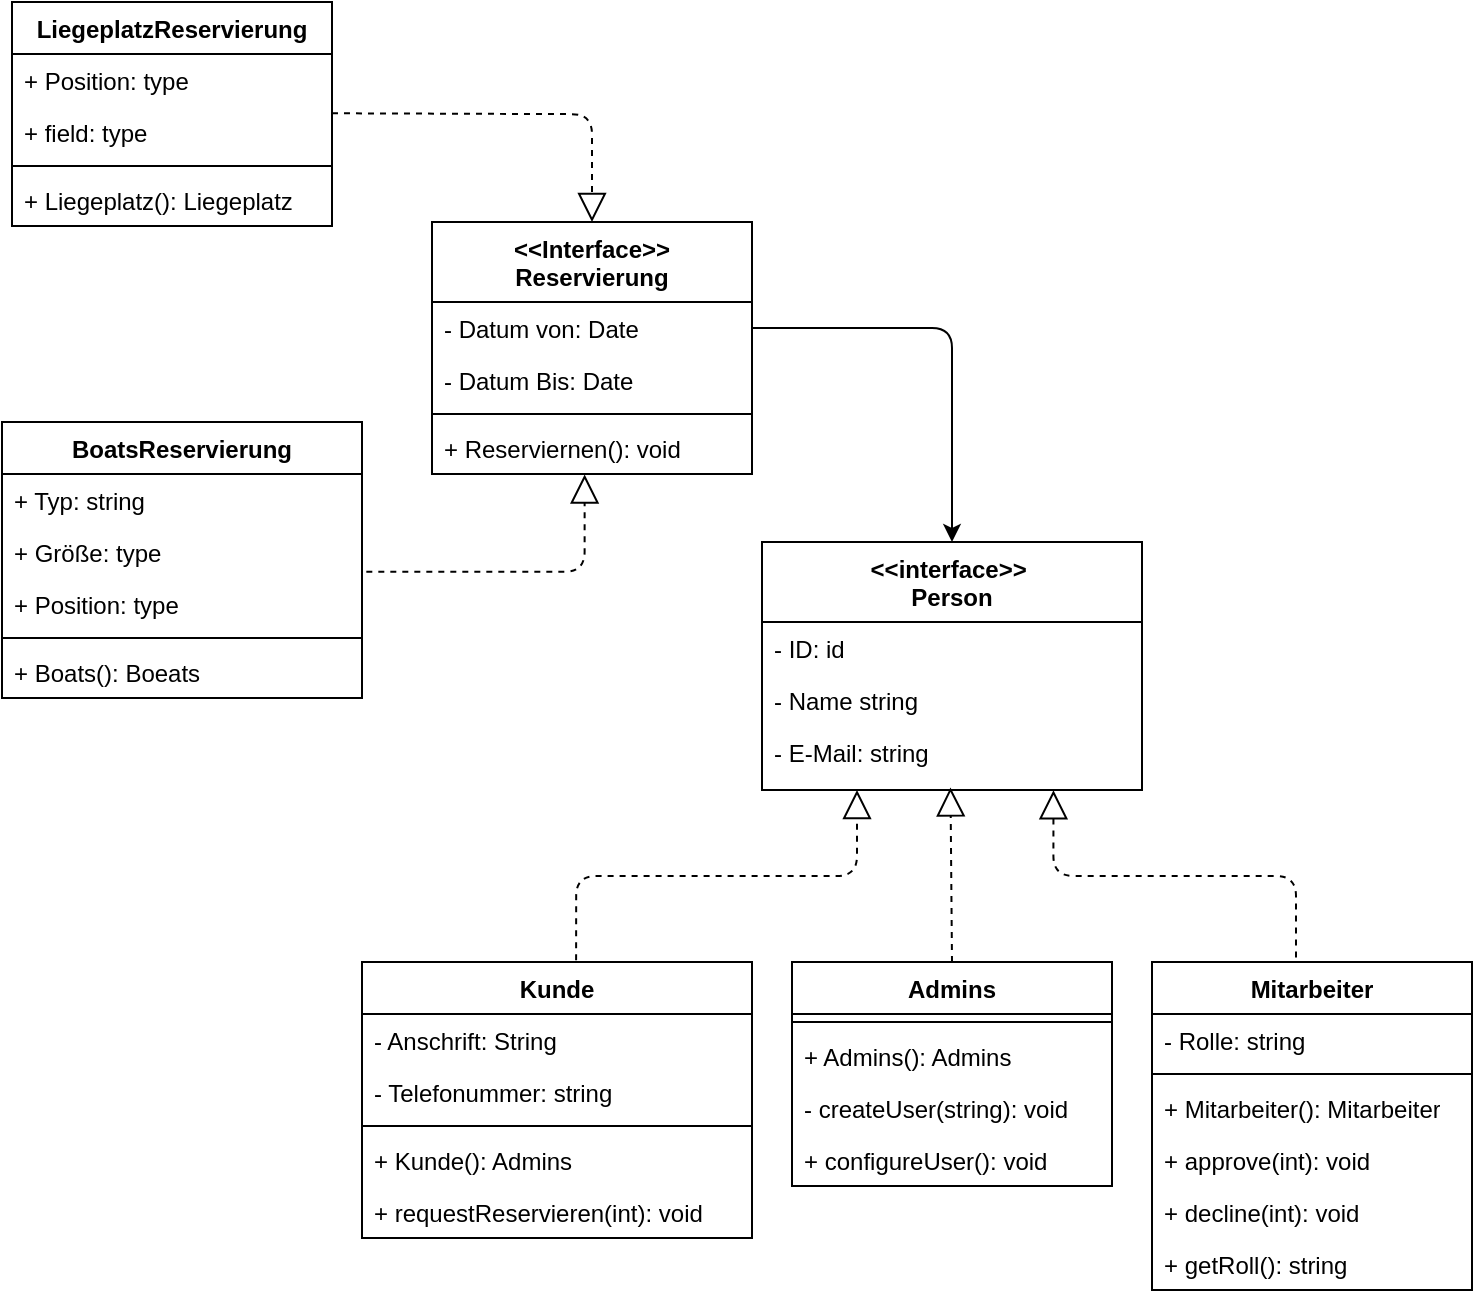
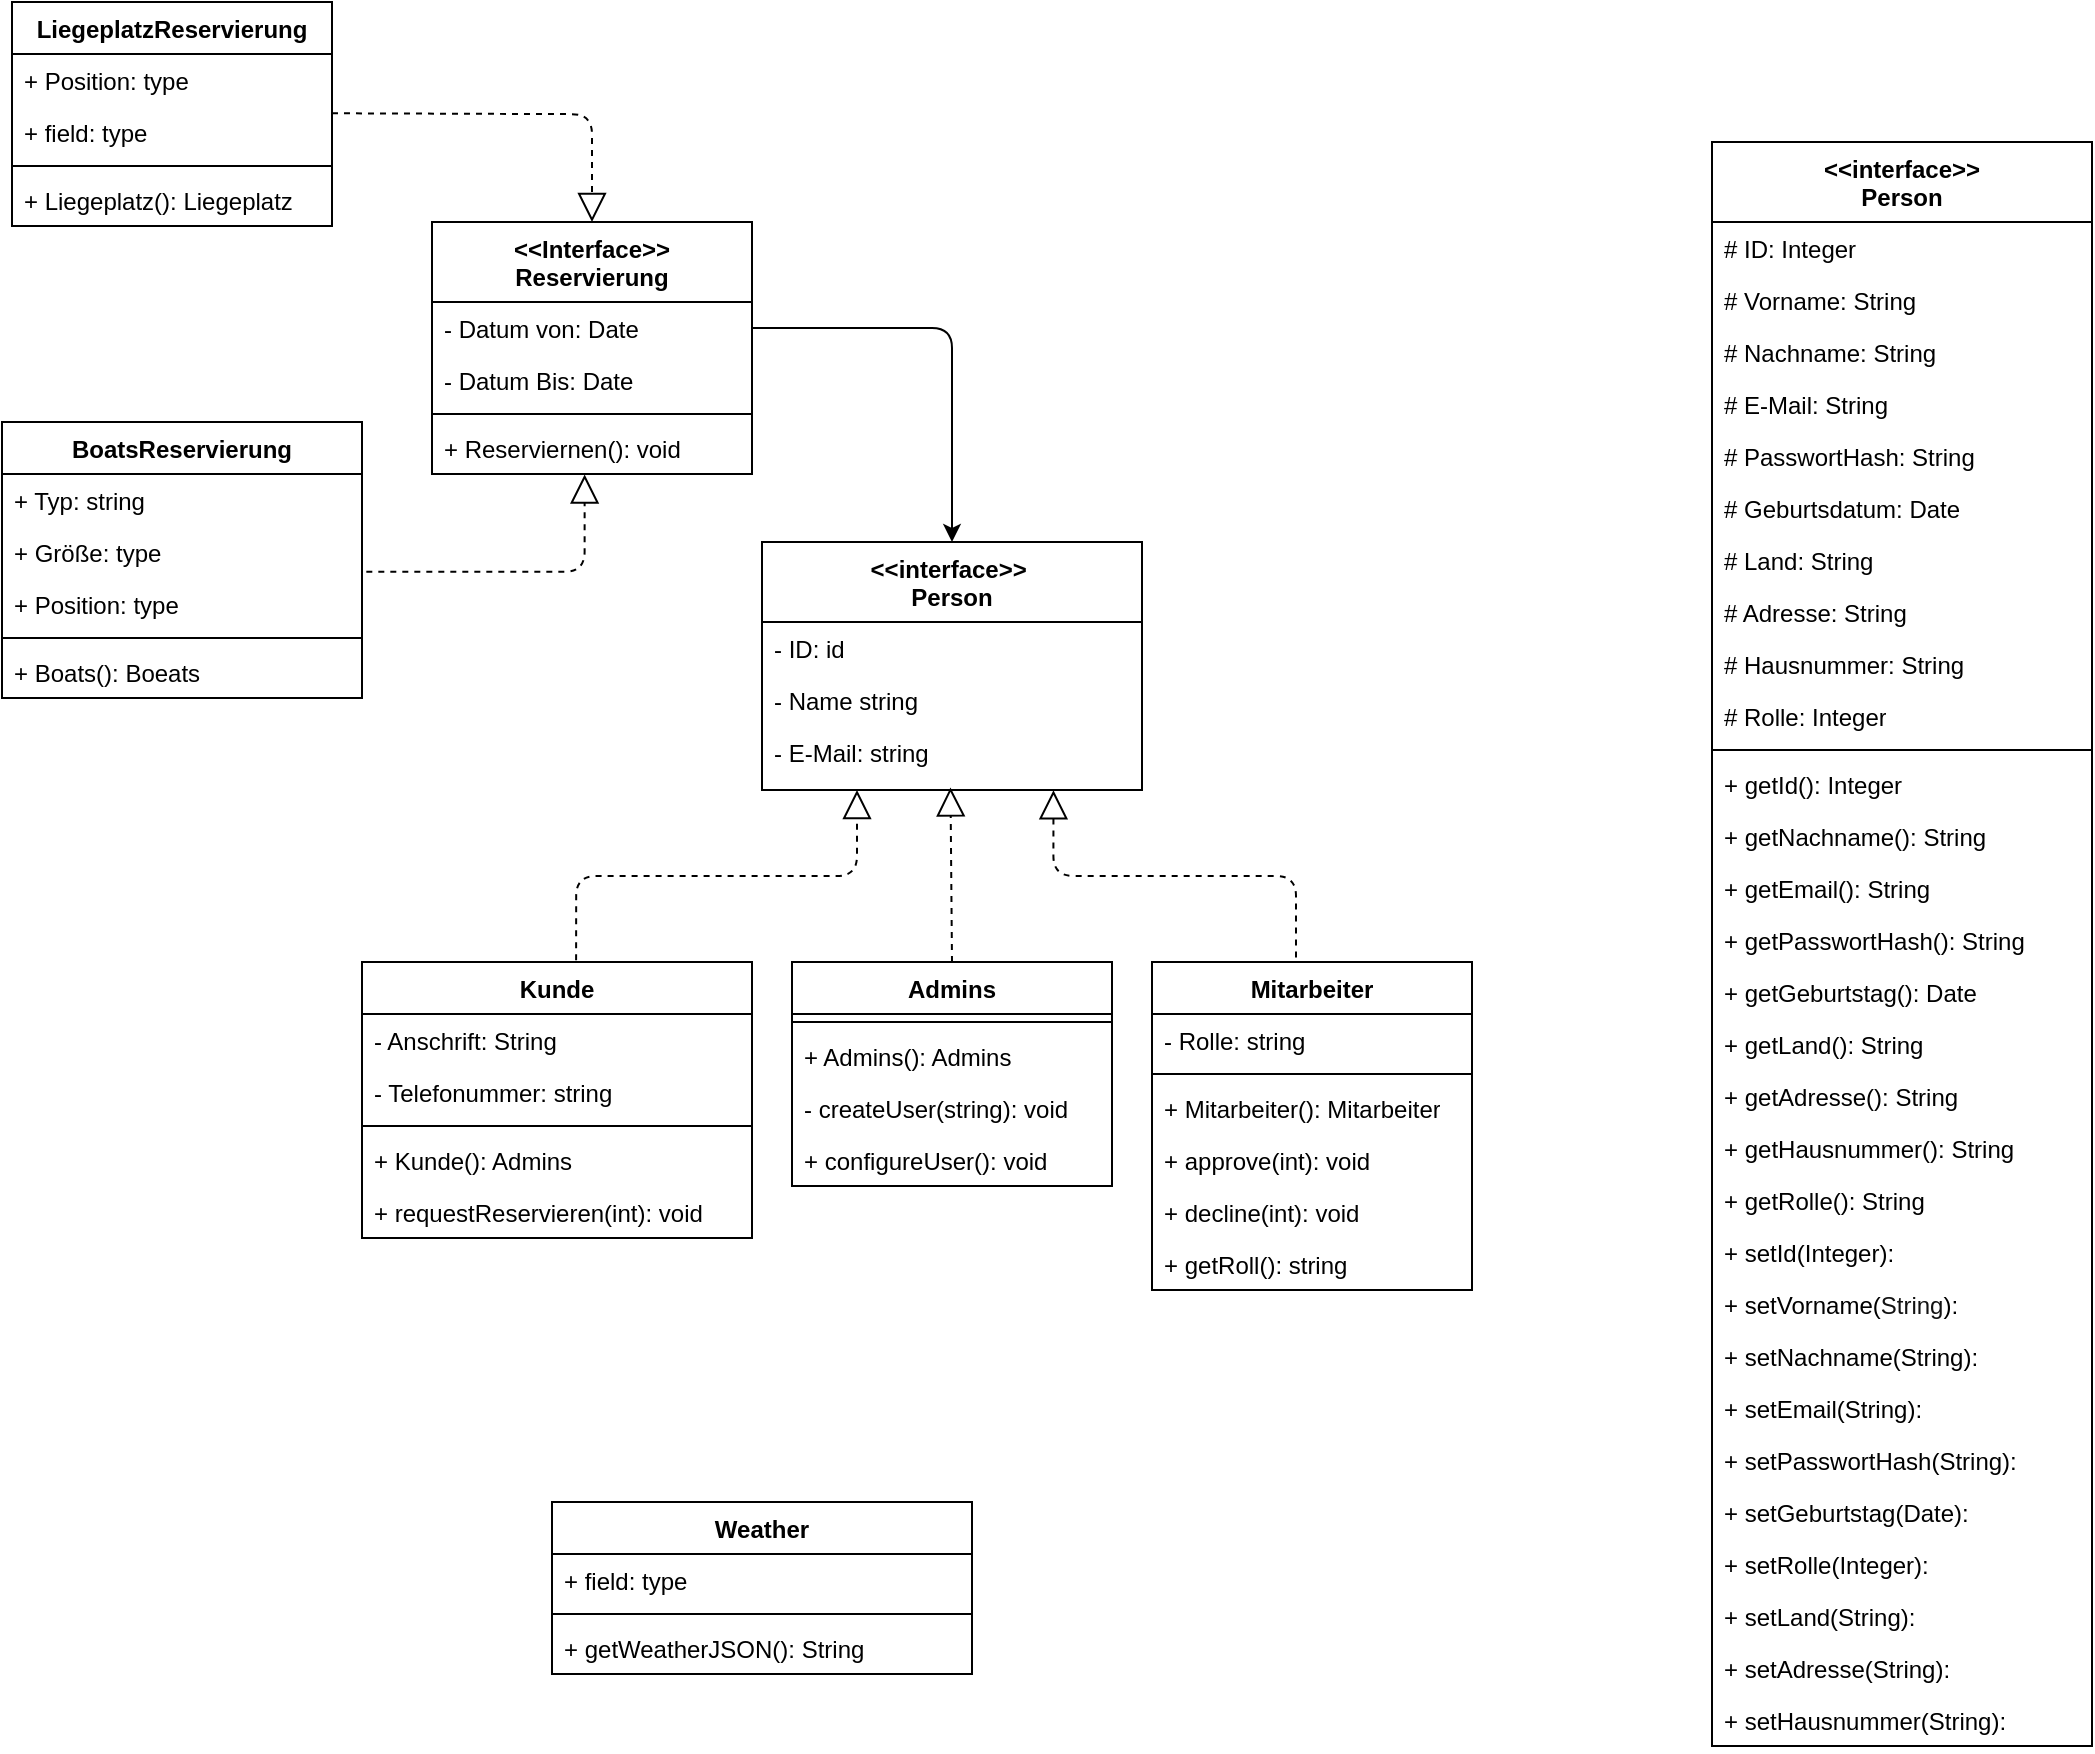
<mxfile host="65bd71144e">
    <diagram name="Page-1" id="9OoCb4LCpa7YlqVUgmHh">
-         <mxGraphModel dx="936" dy="669" grid="1" gridSize="10" guides="1" tooltips="1" connect="1" arrows="1" fold="1" page="1" pageScale="1" pageWidth="850" pageHeight="1100" math="0" shadow="0">
+         <mxGraphModel dx="310" dy="445" grid="1" gridSize="10" guides="1" tooltips="1" connect="1" arrows="1" fold="1" page="1" pageScale="1" pageWidth="850" pageHeight="1100" math="0" shadow="0">
            <root>
                <mxCell id="0"/>
                <mxCell id="1" parent="0"/>
                <mxCell id="7pZR6Eqi53u3HSYLm5XF-1" value="&amp;lt;&amp;lt;interface&amp;gt;&amp;gt;&amp;nbsp;&lt;div&gt;Person&lt;/div&gt;" style="swimlane;fontStyle=1;align=center;verticalAlign=top;childLayout=stackLayout;horizontal=1;startSize=40;horizontalStack=0;resizeParent=1;resizeParentMax=0;resizeLast=0;collapsible=1;marginBottom=0;whiteSpace=wrap;html=1;" parent="1" vertex="1">
                    <mxGeometry x="495" y="340" width="190" height="124" as="geometry">
                        <mxRectangle x="520" y="330" width="110" height="40" as="alternateBounds"/>
                    </mxGeometry>
                </mxCell>
                <mxCell id="7pZR6Eqi53u3HSYLm5XF-2" value="- ID: id" style="text;strokeColor=none;fillColor=none;align=left;verticalAlign=top;spacingLeft=4;spacingRight=4;overflow=hidden;rotatable=0;points=[[0,0.5],[1,0.5]];portConstraint=eastwest;whiteSpace=wrap;html=1;" parent="7pZR6Eqi53u3HSYLm5XF-1" vertex="1">
                    <mxGeometry y="40" width="190" height="26" as="geometry"/>
                </mxCell>
                <mxCell id="7pZR6Eqi53u3HSYLm5XF-37" value="- Name string" style="text;strokeColor=none;fillColor=none;align=left;verticalAlign=top;spacingLeft=4;spacingRight=4;overflow=hidden;rotatable=0;points=[[0,0.5],[1,0.5]];portConstraint=eastwest;whiteSpace=wrap;html=1;" parent="7pZR6Eqi53u3HSYLm5XF-1" vertex="1">
                    <mxGeometry y="66" width="190" height="26" as="geometry"/>
                </mxCell>
                <mxCell id="7pZR6Eqi53u3HSYLm5XF-41" value="- E-Mail: string" style="text;strokeColor=none;fillColor=none;align=left;verticalAlign=top;spacingLeft=4;spacingRight=4;overflow=hidden;rotatable=0;points=[[0,0.5],[1,0.5]];portConstraint=eastwest;whiteSpace=wrap;html=1;" parent="7pZR6Eqi53u3HSYLm5XF-1" vertex="1">
                    <mxGeometry y="92" width="190" height="32" as="geometry"/>
                </mxCell>
                <mxCell id="7pZR6Eqi53u3HSYLm5XF-5" value="Admins" style="swimlane;fontStyle=1;align=center;verticalAlign=top;childLayout=stackLayout;horizontal=1;startSize=26;horizontalStack=0;resizeParent=1;resizeParentMax=0;resizeLast=0;collapsible=1;marginBottom=0;whiteSpace=wrap;html=1;" parent="1" vertex="1">
                    <mxGeometry x="510" y="550" width="160" height="112" as="geometry"/>
                </mxCell>
                <mxCell id="7pZR6Eqi53u3HSYLm5XF-7" value="" style="line;strokeWidth=1;fillColor=none;align=left;verticalAlign=middle;spacingTop=-1;spacingLeft=3;spacingRight=3;rotatable=0;labelPosition=right;points=[];portConstraint=eastwest;strokeColor=inherit;" parent="7pZR6Eqi53u3HSYLm5XF-5" vertex="1">
                    <mxGeometry y="26" width="160" height="8" as="geometry"/>
                </mxCell>
                <mxCell id="7pZR6Eqi53u3HSYLm5XF-45" value="+ Admins(): Admins" style="text;strokeColor=none;fillColor=none;align=left;verticalAlign=top;spacingLeft=4;spacingRight=4;overflow=hidden;rotatable=0;points=[[0,0.5],[1,0.5]];portConstraint=eastwest;whiteSpace=wrap;html=1;" parent="7pZR6Eqi53u3HSYLm5XF-5" vertex="1">
                    <mxGeometry y="34" width="160" height="26" as="geometry"/>
                </mxCell>
                <mxCell id="7pZR6Eqi53u3HSYLm5XF-8" value="- createUser(string): void" style="text;strokeColor=none;fillColor=none;align=left;verticalAlign=top;spacingLeft=4;spacingRight=4;overflow=hidden;rotatable=0;points=[[0,0.5],[1,0.5]];portConstraint=eastwest;whiteSpace=wrap;html=1;" parent="7pZR6Eqi53u3HSYLm5XF-5" vertex="1">
                    <mxGeometry y="60" width="160" height="26" as="geometry"/>
                </mxCell>
                <mxCell id="7pZR6Eqi53u3HSYLm5XF-86" value="+ configureUser(): void" style="text;strokeColor=none;fillColor=none;align=left;verticalAlign=top;spacingLeft=4;spacingRight=4;overflow=hidden;rotatable=0;points=[[0,0.5],[1,0.5]];portConstraint=eastwest;whiteSpace=wrap;html=1;" parent="7pZR6Eqi53u3HSYLm5XF-5" vertex="1">
                    <mxGeometry y="86" width="160" height="26" as="geometry"/>
                </mxCell>
                <mxCell id="7pZR6Eqi53u3HSYLm5XF-9" value="Mitarbeiter" style="swimlane;fontStyle=1;align=center;verticalAlign=top;childLayout=stackLayout;horizontal=1;startSize=26;horizontalStack=0;resizeParent=1;resizeParentMax=0;resizeLast=0;collapsible=1;marginBottom=0;whiteSpace=wrap;html=1;" parent="1" vertex="1">
                    <mxGeometry x="690" y="550" width="160" height="164" as="geometry"/>
                </mxCell>
                <mxCell id="7pZR6Eqi53u3HSYLm5XF-10" value="- Rolle: string" style="text;strokeColor=none;fillColor=none;align=left;verticalAlign=top;spacingLeft=4;spacingRight=4;overflow=hidden;rotatable=0;points=[[0,0.5],[1,0.5]];portConstraint=eastwest;whiteSpace=wrap;html=1;" parent="7pZR6Eqi53u3HSYLm5XF-9" vertex="1">
                    <mxGeometry y="26" width="160" height="26" as="geometry"/>
                </mxCell>
                <mxCell id="7pZR6Eqi53u3HSYLm5XF-11" value="" style="line;strokeWidth=1;fillColor=none;align=left;verticalAlign=middle;spacingTop=-1;spacingLeft=3;spacingRight=3;rotatable=0;labelPosition=right;points=[];portConstraint=eastwest;strokeColor=inherit;" parent="7pZR6Eqi53u3HSYLm5XF-9" vertex="1">
                    <mxGeometry y="52" width="160" height="8" as="geometry"/>
                </mxCell>
                <mxCell id="7pZR6Eqi53u3HSYLm5XF-44" value="+ Mitarbeiter(): Mitarbeiter" style="text;strokeColor=none;fillColor=none;align=left;verticalAlign=top;spacingLeft=4;spacingRight=4;overflow=hidden;rotatable=0;points=[[0,0.5],[1,0.5]];portConstraint=eastwest;whiteSpace=wrap;html=1;" parent="7pZR6Eqi53u3HSYLm5XF-9" vertex="1">
                    <mxGeometry y="60" width="160" height="26" as="geometry"/>
                </mxCell>
                <mxCell id="7pZR6Eqi53u3HSYLm5XF-12" value="+ approve(int): void" style="text;strokeColor=none;fillColor=none;align=left;verticalAlign=top;spacingLeft=4;spacingRight=4;overflow=hidden;rotatable=0;points=[[0,0.5],[1,0.5]];portConstraint=eastwest;whiteSpace=wrap;html=1;" parent="7pZR6Eqi53u3HSYLm5XF-9" vertex="1">
                    <mxGeometry y="86" width="160" height="26" as="geometry"/>
                </mxCell>
                <mxCell id="7pZR6Eqi53u3HSYLm5XF-43" value="+ decline(int): void" style="text;strokeColor=none;fillColor=none;align=left;verticalAlign=top;spacingLeft=4;spacingRight=4;overflow=hidden;rotatable=0;points=[[0,0.5],[1,0.5]];portConstraint=eastwest;whiteSpace=wrap;html=1;" parent="7pZR6Eqi53u3HSYLm5XF-9" vertex="1">
                    <mxGeometry y="112" width="160" height="26" as="geometry"/>
                </mxCell>
                <mxCell id="7pZR6Eqi53u3HSYLm5XF-88" value="+ getRoll(): string" style="text;strokeColor=none;fillColor=none;align=left;verticalAlign=top;spacingLeft=4;spacingRight=4;overflow=hidden;rotatable=0;points=[[0,0.5],[1,0.5]];portConstraint=eastwest;whiteSpace=wrap;html=1;" parent="7pZR6Eqi53u3HSYLm5XF-9" vertex="1">
                    <mxGeometry y="138" width="160" height="26" as="geometry"/>
                </mxCell>
                <mxCell id="7pZR6Eqi53u3HSYLm5XF-13" value="BoatsReservierung" style="swimlane;fontStyle=1;align=center;verticalAlign=top;childLayout=stackLayout;horizontal=1;startSize=26;horizontalStack=0;resizeParent=1;resizeParentMax=0;resizeLast=0;collapsible=1;marginBottom=0;whiteSpace=wrap;html=1;" parent="1" vertex="1">
                    <mxGeometry x="115" y="280" width="180" height="138" as="geometry"/>
                </mxCell>
                <mxCell id="7pZR6Eqi53u3HSYLm5XF-14" value="+ Typ: string" style="text;strokeColor=none;fillColor=none;align=left;verticalAlign=top;spacingLeft=4;spacingRight=4;overflow=hidden;rotatable=0;points=[[0,0.5],[1,0.5]];portConstraint=eastwest;whiteSpace=wrap;html=1;" parent="7pZR6Eqi53u3HSYLm5XF-13" vertex="1">
                    <mxGeometry y="26" width="180" height="26" as="geometry"/>
                </mxCell>
                <mxCell id="7" value="+ Größe: type" style="text;strokeColor=none;fillColor=none;align=left;verticalAlign=top;spacingLeft=4;spacingRight=4;overflow=hidden;rotatable=0;points=[[0,0.5],[1,0.5]];portConstraint=eastwest;whiteSpace=wrap;html=1;" parent="7pZR6Eqi53u3HSYLm5XF-13" vertex="1">
                    <mxGeometry y="52" width="180" height="26" as="geometry"/>
                </mxCell>
                <mxCell id="8" value="+ Position: type" style="text;strokeColor=none;fillColor=none;align=left;verticalAlign=top;spacingLeft=4;spacingRight=4;overflow=hidden;rotatable=0;points=[[0,0.5],[1,0.5]];portConstraint=eastwest;whiteSpace=wrap;html=1;" parent="7pZR6Eqi53u3HSYLm5XF-13" vertex="1">
                    <mxGeometry y="78" width="180" height="26" as="geometry"/>
                </mxCell>
                <mxCell id="7pZR6Eqi53u3HSYLm5XF-15" value="" style="line;strokeWidth=1;fillColor=none;align=left;verticalAlign=middle;spacingTop=-1;spacingLeft=3;spacingRight=3;rotatable=0;labelPosition=right;points=[];portConstraint=eastwest;strokeColor=inherit;" parent="7pZR6Eqi53u3HSYLm5XF-13" vertex="1">
                    <mxGeometry y="104" width="180" height="8" as="geometry"/>
                </mxCell>
-                 <mxCell id="13" value="+ Boats(): Boeats" style="text;strokeColor=none;fillColor=none;align=left;verticalAlign=top;spacingLeft=4;spacingRight=4;overflow=hidden;rotatable=0;points=[[0,0.5],[1,0.5]];portConstraint=eastwest;whiteSpace=wrap;html=1;" vertex="1" parent="7pZR6Eqi53u3HSYLm5XF-13">
+                 <mxCell id="13" value="+ Boats(): Boeats" style="text;strokeColor=none;fillColor=none;align=left;verticalAlign=top;spacingLeft=4;spacingRight=4;overflow=hidden;rotatable=0;points=[[0,0.5],[1,0.5]];portConstraint=eastwest;whiteSpace=wrap;html=1;" parent="7pZR6Eqi53u3HSYLm5XF-13" vertex="1">
                    <mxGeometry y="112" width="180" height="26" as="geometry"/>
                </mxCell>
                <mxCell id="7pZR6Eqi53u3HSYLm5XF-17" value="LiegeplatzReservierung" style="swimlane;fontStyle=1;align=center;verticalAlign=top;childLayout=stackLayout;horizontal=1;startSize=26;horizontalStack=0;resizeParent=1;resizeParentMax=0;resizeLast=0;collapsible=1;marginBottom=0;whiteSpace=wrap;html=1;" parent="1" vertex="1">
                    <mxGeometry x="120" y="70" width="160" height="112" as="geometry"/>
                </mxCell>
                <mxCell id="7pZR6Eqi53u3HSYLm5XF-18" value="+ Position: type" style="text;strokeColor=none;fillColor=none;align=left;verticalAlign=top;spacingLeft=4;spacingRight=4;overflow=hidden;rotatable=0;points=[[0,0.5],[1,0.5]];portConstraint=eastwest;whiteSpace=wrap;html=1;" parent="7pZR6Eqi53u3HSYLm5XF-17" vertex="1">
                    <mxGeometry y="26" width="160" height="26" as="geometry"/>
                </mxCell>
                <mxCell id="2" value="+ field: type" style="text;strokeColor=none;fillColor=none;align=left;verticalAlign=top;spacingLeft=4;spacingRight=4;overflow=hidden;rotatable=0;points=[[0,0.5],[1,0.5]];portConstraint=eastwest;whiteSpace=wrap;html=1;" parent="7pZR6Eqi53u3HSYLm5XF-17" vertex="1">
                    <mxGeometry y="52" width="160" height="26" as="geometry"/>
                </mxCell>
                <mxCell id="7pZR6Eqi53u3HSYLm5XF-19" value="" style="line;strokeWidth=1;fillColor=none;align=left;verticalAlign=middle;spacingTop=-1;spacingLeft=3;spacingRight=3;rotatable=0;labelPosition=right;points=[];portConstraint=eastwest;strokeColor=inherit;" parent="7pZR6Eqi53u3HSYLm5XF-17" vertex="1">
                    <mxGeometry y="78" width="160" height="8" as="geometry"/>
                </mxCell>
                <mxCell id="7pZR6Eqi53u3HSYLm5XF-20" value="+ Liegeplatz(): Liegeplatz" style="text;strokeColor=none;fillColor=none;align=left;verticalAlign=top;spacingLeft=4;spacingRight=4;overflow=hidden;rotatable=0;points=[[0,0.5],[1,0.5]];portConstraint=eastwest;whiteSpace=wrap;html=1;" parent="7pZR6Eqi53u3HSYLm5XF-17" vertex="1">
                    <mxGeometry y="86" width="160" height="26" as="geometry"/>
                </mxCell>
                <mxCell id="7pZR6Eqi53u3HSYLm5XF-21" value="&amp;lt;&amp;lt;Interface&amp;gt;&amp;gt;&lt;div&gt;Reservierung&lt;/div&gt;" style="swimlane;fontStyle=1;align=center;verticalAlign=top;childLayout=stackLayout;horizontal=1;startSize=40;horizontalStack=0;resizeParent=1;resizeParentMax=0;resizeLast=0;collapsible=1;marginBottom=0;whiteSpace=wrap;html=1;" parent="1" vertex="1">
                    <mxGeometry x="330" y="180" width="160" height="126" as="geometry"/>
                </mxCell>
                <mxCell id="7pZR6Eqi53u3HSYLm5XF-22" value="- Datum von: Date" style="text;strokeColor=none;fillColor=none;align=left;verticalAlign=top;spacingLeft=4;spacingRight=4;overflow=hidden;rotatable=0;points=[[0,0.5],[1,0.5]];portConstraint=eastwest;whiteSpace=wrap;html=1;" parent="7pZR6Eqi53u3HSYLm5XF-21" vertex="1">
                    <mxGeometry y="40" width="160" height="26" as="geometry"/>
                </mxCell>
-                 <mxCell id="12" value="- Datum Bis: Date" style="text;strokeColor=none;fillColor=none;align=left;verticalAlign=top;spacingLeft=4;spacingRight=4;overflow=hidden;rotatable=0;points=[[0,0.5],[1,0.5]];portConstraint=eastwest;whiteSpace=wrap;html=1;" vertex="1" parent="7pZR6Eqi53u3HSYLm5XF-21">
+                 <mxCell id="12" value="- Datum Bis: Date" style="text;strokeColor=none;fillColor=none;align=left;verticalAlign=top;spacingLeft=4;spacingRight=4;overflow=hidden;rotatable=0;points=[[0,0.5],[1,0.5]];portConstraint=eastwest;whiteSpace=wrap;html=1;" parent="7pZR6Eqi53u3HSYLm5XF-21" vertex="1">
                    <mxGeometry y="66" width="160" height="26" as="geometry"/>
                </mxCell>
                <mxCell id="7pZR6Eqi53u3HSYLm5XF-23" value="" style="line;strokeWidth=1;fillColor=none;align=left;verticalAlign=middle;spacingTop=-1;spacingLeft=3;spacingRight=3;rotatable=0;labelPosition=right;points=[];portConstraint=eastwest;strokeColor=inherit;" parent="7pZR6Eqi53u3HSYLm5XF-21" vertex="1">
                    <mxGeometry y="92" width="160" height="8" as="geometry"/>
                </mxCell>
-                 <mxCell id="14" value="+ Reserviernen(): void" style="text;strokeColor=none;fillColor=none;align=left;verticalAlign=top;spacingLeft=4;spacingRight=4;overflow=hidden;rotatable=0;points=[[0,0.5],[1,0.5]];portConstraint=eastwest;whiteSpace=wrap;html=1;" vertex="1" parent="7pZR6Eqi53u3HSYLm5XF-21">
+                 <mxCell id="14" value="+ Reserviernen(): void" style="text;strokeColor=none;fillColor=none;align=left;verticalAlign=top;spacingLeft=4;spacingRight=4;overflow=hidden;rotatable=0;points=[[0,0.5],[1,0.5]];portConstraint=eastwest;whiteSpace=wrap;html=1;" parent="7pZR6Eqi53u3HSYLm5XF-21" vertex="1">
                    <mxGeometry y="100" width="160" height="26" as="geometry"/>
                </mxCell>
                <mxCell id="7pZR6Eqi53u3HSYLm5XF-29" value="Kunde" style="swimlane;fontStyle=1;align=center;verticalAlign=top;childLayout=stackLayout;horizontal=1;startSize=26;horizontalStack=0;resizeParent=1;resizeParentMax=0;resizeLast=0;collapsible=1;marginBottom=0;whiteSpace=wrap;html=1;" parent="1" vertex="1">
                    <mxGeometry x="295" y="550" width="195" height="138" as="geometry"/>
                </mxCell>
                <mxCell id="7pZR6Eqi53u3HSYLm5XF-30" value="- Anschrift: String" style="text;strokeColor=none;fillColor=none;align=left;verticalAlign=top;spacingLeft=4;spacingRight=4;overflow=hidden;rotatable=0;points=[[0,0.5],[1,0.5]];portConstraint=eastwest;whiteSpace=wrap;html=1;" parent="7pZR6Eqi53u3HSYLm5XF-29" vertex="1">
                    <mxGeometry y="26" width="195" height="26" as="geometry"/>
                </mxCell>
                <mxCell id="7pZR6Eqi53u3HSYLm5XF-40" value="&lt;span style=&quot;background-color: transparent; color: light-dark(rgb(0, 0, 0), rgb(255, 255, 255));&quot;&gt;- Telefonummer: string&lt;/span&gt;" style="text;strokeColor=none;fillColor=none;align=left;verticalAlign=top;spacingLeft=4;spacingRight=4;overflow=hidden;rotatable=0;points=[[0,0.5],[1,0.5]];portConstraint=eastwest;whiteSpace=wrap;html=1;" parent="7pZR6Eqi53u3HSYLm5XF-29" vertex="1">
                    <mxGeometry y="52" width="195" height="26" as="geometry"/>
                </mxCell>
                <mxCell id="7pZR6Eqi53u3HSYLm5XF-31" value="" style="line;strokeWidth=1;fillColor=none;align=left;verticalAlign=middle;spacingTop=-1;spacingLeft=3;spacingRight=3;rotatable=0;labelPosition=right;points=[];portConstraint=eastwest;strokeColor=inherit;" parent="7pZR6Eqi53u3HSYLm5XF-29" vertex="1">
                    <mxGeometry y="78" width="195" height="8" as="geometry"/>
                </mxCell>
                <mxCell id="7pZR6Eqi53u3HSYLm5XF-85" value="+ Kunde(): Admins" style="text;strokeColor=none;fillColor=none;align=left;verticalAlign=top;spacingLeft=4;spacingRight=4;overflow=hidden;rotatable=0;points=[[0,0.5],[1,0.5]];portConstraint=eastwest;whiteSpace=wrap;html=1;" parent="7pZR6Eqi53u3HSYLm5XF-29" vertex="1">
                    <mxGeometry y="86" width="195" height="26" as="geometry"/>
                </mxCell>
                <mxCell id="7pZR6Eqi53u3HSYLm5XF-32" value="+ requestReservieren(int): void" style="text;strokeColor=none;fillColor=none;align=left;verticalAlign=top;spacingLeft=4;spacingRight=4;overflow=hidden;rotatable=0;points=[[0,0.5],[1,0.5]];portConstraint=eastwest;whiteSpace=wrap;html=1;" parent="7pZR6Eqi53u3HSYLm5XF-29" vertex="1">
                    <mxGeometry y="112" width="195" height="26" as="geometry"/>
                </mxCell>
                <mxCell id="11" style="edgeStyle=orthogonalEdgeStyle;html=1;entryX=0.5;entryY=0;entryDx=0;entryDy=0;" parent="1" source="7pZR6Eqi53u3HSYLm5XF-22" target="7pZR6Eqi53u3HSYLm5XF-1" edge="1">
                    <mxGeometry relative="1" as="geometry"/>
                </mxCell>
-                 <mxCell id="22" value="" style="endArrow=block;dashed=1;endFill=0;endSize=12;html=1;exitX=0.549;exitY=-0.006;exitDx=0;exitDy=0;exitPerimeter=0;entryX=0.25;entryY=1;entryDx=0;entryDy=0;edgeStyle=orthogonalEdgeStyle;" edge="1" parent="1" source="7pZR6Eqi53u3HSYLm5XF-29" target="7pZR6Eqi53u3HSYLm5XF-1">
+                 <mxCell id="22" value="" style="endArrow=block;dashed=1;endFill=0;endSize=12;html=1;exitX=0.549;exitY=-0.006;exitDx=0;exitDy=0;exitPerimeter=0;entryX=0.25;entryY=1;entryDx=0;entryDy=0;edgeStyle=orthogonalEdgeStyle;" parent="1" source="7pZR6Eqi53u3HSYLm5XF-29" target="7pZR6Eqi53u3HSYLm5XF-1" edge="1">
                    <mxGeometry width="160" relative="1" as="geometry">
                        <mxPoint x="510" y="480" as="sourcePoint"/>
                        <mxPoint x="670" y="480" as="targetPoint"/>
                    </mxGeometry>
                </mxCell>
-                 <mxCell id="23" value="" style="endArrow=block;dashed=1;endFill=0;endSize=12;html=1;exitX=0.5;exitY=0;exitDx=0;exitDy=0;entryX=0.496;entryY=0.96;entryDx=0;entryDy=0;entryPerimeter=0;" edge="1" parent="1" source="7pZR6Eqi53u3HSYLm5XF-5" target="7pZR6Eqi53u3HSYLm5XF-41">
+                 <mxCell id="23" value="" style="endArrow=block;dashed=1;endFill=0;endSize=12;html=1;exitX=0.5;exitY=0;exitDx=0;exitDy=0;entryX=0.496;entryY=0.96;entryDx=0;entryDy=0;entryPerimeter=0;" parent="1" source="7pZR6Eqi53u3HSYLm5XF-5" target="7pZR6Eqi53u3HSYLm5XF-41" edge="1">
                    <mxGeometry width="160" relative="1" as="geometry">
                        <mxPoint x="510" y="480" as="sourcePoint"/>
                        <mxPoint x="670" y="480" as="targetPoint"/>
                    </mxGeometry>
                </mxCell>
-                 <mxCell id="24" value="" style="endArrow=block;dashed=1;endFill=0;endSize=12;html=1;exitX=0.45;exitY=-0.014;exitDx=0;exitDy=0;exitPerimeter=0;entryX=0.767;entryY=1.004;entryDx=0;entryDy=0;entryPerimeter=0;edgeStyle=orthogonalEdgeStyle;" edge="1" parent="1" source="7pZR6Eqi53u3HSYLm5XF-9" target="7pZR6Eqi53u3HSYLm5XF-41">
+                 <mxCell id="24" value="" style="endArrow=block;dashed=1;endFill=0;endSize=12;html=1;exitX=0.45;exitY=-0.014;exitDx=0;exitDy=0;exitPerimeter=0;entryX=0.767;entryY=1.004;entryDx=0;entryDy=0;entryPerimeter=0;edgeStyle=orthogonalEdgeStyle;" parent="1" source="7pZR6Eqi53u3HSYLm5XF-9" target="7pZR6Eqi53u3HSYLm5XF-41" edge="1">
                    <mxGeometry width="160" relative="1" as="geometry">
                        <mxPoint x="710" y="380" as="sourcePoint"/>
                        <mxPoint x="870" y="380" as="targetPoint"/>
                    </mxGeometry>
                </mxCell>
-                 <mxCell id="25" value="" style="endArrow=block;dashed=1;endFill=0;endSize=12;html=1;exitX=1.012;exitY=0.879;exitDx=0;exitDy=0;exitPerimeter=0;edgeStyle=orthogonalEdgeStyle;entryX=0.477;entryY=1.011;entryDx=0;entryDy=0;entryPerimeter=0;" edge="1" parent="1" source="7" target="14">
+                 <mxCell id="25" value="" style="endArrow=block;dashed=1;endFill=0;endSize=12;html=1;exitX=1.012;exitY=0.879;exitDx=0;exitDy=0;exitPerimeter=0;edgeStyle=orthogonalEdgeStyle;entryX=0.477;entryY=1.011;entryDx=0;entryDy=0;entryPerimeter=0;" parent="1" source="7" target="14" edge="1">
                    <mxGeometry width="160" relative="1" as="geometry">
                        <mxPoint x="280" y="290" as="sourcePoint"/>
                        <mxPoint x="400" y="370" as="targetPoint"/>
                    </mxGeometry>
                </mxCell>
-                 <mxCell id="26" value="" style="endArrow=block;dashed=1;endFill=0;endSize=12;html=1;entryX=0.5;entryY=0;entryDx=0;entryDy=0;edgeStyle=orthogonalEdgeStyle;" edge="1" parent="1" target="7pZR6Eqi53u3HSYLm5XF-21">
+                 <mxCell id="26" value="" style="endArrow=block;dashed=1;endFill=0;endSize=12;html=1;entryX=0.5;entryY=0;entryDx=0;entryDy=0;edgeStyle=orthogonalEdgeStyle;" parent="1" target="7pZR6Eqi53u3HSYLm5XF-21" edge="1">
                    <mxGeometry width="160" relative="1" as="geometry">
                        <mxPoint x="280" y="125.63999999999999" as="sourcePoint"/>
                        <mxPoint x="440" y="125.63999999999999" as="targetPoint"/>
                    </mxGeometry>
+                 </mxCell>
+                 <mxCell id="34" value="&amp;lt;&amp;lt;interface&amp;gt;&amp;gt;&lt;div&gt;Person&lt;/div&gt;" style="swimlane;fontStyle=1;align=center;verticalAlign=top;childLayout=stackLayout;horizontal=1;startSize=40;horizontalStack=0;resizeParent=1;resizeParentMax=0;resizeLast=0;collapsible=1;marginBottom=0;whiteSpace=wrap;html=1;" vertex="1" parent="1">
+                     <mxGeometry x="970" y="140" width="190" height="802" as="geometry"/>
+                 </mxCell>
+                 <mxCell id="28" value="# ID: Integer" style="text;strokeColor=none;fillColor=none;align=left;verticalAlign=top;spacingLeft=4;spacingRight=4;overflow=hidden;rotatable=0;points=[[0,0.5],[1,0.5]];portConstraint=eastwest;whiteSpace=wrap;html=1;" vertex="1" parent="34">
+                     <mxGeometry y="40" width="190" height="26" as="geometry"/>
+                 </mxCell>
+                 <mxCell id="31" value="# Vorname: String" style="text;strokeColor=none;fillColor=none;align=left;verticalAlign=top;spacingLeft=4;spacingRight=4;overflow=hidden;rotatable=0;points=[[0,0.5],[1,0.5]];portConstraint=eastwest;whiteSpace=wrap;html=1;" vertex="1" parent="34">
+                     <mxGeometry y="66" width="190" height="26" as="geometry"/>
+                 </mxCell>
+                 <mxCell id="32" value="# Nachname: String" style="text;strokeColor=none;fillColor=none;align=left;verticalAlign=top;spacingLeft=4;spacingRight=4;overflow=hidden;rotatable=0;points=[[0,0.5],[1,0.5]];portConstraint=eastwest;whiteSpace=wrap;html=1;" vertex="1" parent="34">
+                     <mxGeometry y="92" width="190" height="26" as="geometry"/>
+                 </mxCell>
+                 <mxCell id="33" value="# E-Mail: String" style="text;strokeColor=none;fillColor=none;align=left;verticalAlign=top;spacingLeft=4;spacingRight=4;overflow=hidden;rotatable=0;points=[[0,0.5],[1,0.5]];portConstraint=eastwest;whiteSpace=wrap;html=1;" vertex="1" parent="34">
+                     <mxGeometry y="118" width="190" height="26" as="geometry"/>
+                 </mxCell>
+                 <mxCell id="39" value="# PasswortHash: String" style="text;strokeColor=none;fillColor=none;align=left;verticalAlign=top;spacingLeft=4;spacingRight=4;overflow=hidden;rotatable=0;points=[[0,0.5],[1,0.5]];portConstraint=eastwest;whiteSpace=wrap;html=1;" vertex="1" parent="34">
+                     <mxGeometry y="144" width="190" height="26" as="geometry"/>
+                 </mxCell>
+                 <mxCell id="40" value="# Geburtsdatum: Date" style="text;strokeColor=none;fillColor=none;align=left;verticalAlign=top;spacingLeft=4;spacingRight=4;overflow=hidden;rotatable=0;points=[[0,0.5],[1,0.5]];portConstraint=eastwest;whiteSpace=wrap;html=1;" vertex="1" parent="34">
+                     <mxGeometry y="170" width="190" height="26" as="geometry"/>
+                 </mxCell>
+                 <mxCell id="41" value="# Land: String" style="text;strokeColor=none;fillColor=none;align=left;verticalAlign=top;spacingLeft=4;spacingRight=4;overflow=hidden;rotatable=0;points=[[0,0.5],[1,0.5]];portConstraint=eastwest;whiteSpace=wrap;html=1;" vertex="1" parent="34">
+                     <mxGeometry y="196" width="190" height="26" as="geometry"/>
+                 </mxCell>
+                 <mxCell id="42" value="# Adresse: String" style="text;strokeColor=none;fillColor=none;align=left;verticalAlign=top;spacingLeft=4;spacingRight=4;overflow=hidden;rotatable=0;points=[[0,0.5],[1,0.5]];portConstraint=eastwest;whiteSpace=wrap;html=1;" vertex="1" parent="34">
+                     <mxGeometry y="222" width="190" height="26" as="geometry"/>
+                 </mxCell>
+                 <mxCell id="43" value="# Hausnummer: String&lt;span style=&quot;font-family: monospace; font-size: 0px; text-wrap-mode: nowrap;&quot;&gt;%3CmxGraphModel%3E%3Croot%3E%3CmxCell%20id%3D%220%22%2F%3E%3CmxCell%20id%3D%221%22%20parent%3D%220%22%2F%3E%3CmxCell%20id%3D%222%22%20value%3D%22%23%20Adresse%3A%20String%22%20style%3D%22text%3BstrokeColor%3Dnone%3BfillColor%3Dnone%3Balign%3Dleft%3BverticalAlign%3Dtop%3BspacingLeft%3D4%3BspacingRight%3D4%3Boverflow%3Dhidden%3Brotatable%3D0%3Bpoints%3D%5B%5B0%2C0.5%5D%2C%5B1%2C0.5%5D%5D%3BportConstraint%3Deastwest%3BwhiteSpace%3Dwrap%3Bhtml%3D1%3B%22%20vertex%3D%221%22%20parent%3D%221%22%3E%3CmxGeometry%20x%3D%22970%22%20y%3D%22362%22%20width%3D%22160%22%20height%3D%2226%22%20as%3D%22geometry%22%2F%3E%3C%2FmxCell%3E%3C%2Froot%3E%3C%2FmxGraphModel%3E&lt;/span&gt;" style="text;strokeColor=none;fillColor=none;align=left;verticalAlign=top;spacingLeft=4;spacingRight=4;overflow=hidden;rotatable=0;points=[[0,0.5],[1,0.5]];portConstraint=eastwest;whiteSpace=wrap;html=1;" vertex="1" parent="34">
+                     <mxGeometry y="248" width="190" height="26" as="geometry"/>
+                 </mxCell>
+                 <mxCell id="44" value="# Rolle: Integer&lt;span style=&quot;font-family: monospace; font-size: 0px; text-wrap-mode: nowrap;&quot;&gt;%3CmxGraphModel%3E%3Croot%3E%3CmxCell%20id%3D%220%22%2F%3E%3CmxCell%20id%3D%221%22%20parent%3D%220%22%2F%3E%3CmxCell%20id%3D%222%22%20value%3D%22%23%20Adresse%3A%20String%22%20style%3D%22text%3BstrokeColor%3Dnone%3BfillColor%3Dnone%3Balign%3Dleft%3BverticalAlign%3Dtop%3BspacingLeft%3D4%3BspacingRight%3D4%3Boverflow%3Dhidden%3Brotatable%3D0%3Bpoints%3D%5B%5B0%2C0.5%5D%2C%5B1%2C0.5%5D%5D%3BportConstraint%3Deastwest%3BwhiteSpace%3Dwrap%3Bhtml%3D1%3B%22%20vertex%3D%221%22%20parent%3D%221%22%3E%3CmxGeometry%20x%3D%22970%22%20y%3D%22362%22%20width%3D%22160%22%20height%3D%2226%22%20as%3D%22geometry%22%2F%3E%3C%2FmxCell%3E%3C%2Froot%3E%3C%2FmxGraphModel%3E&lt;/span&gt;" style="text;strokeColor=none;fillColor=none;align=left;verticalAlign=top;spacingLeft=4;spacingRight=4;overflow=hidden;rotatable=0;points=[[0,0.5],[1,0.5]];portConstraint=eastwest;whiteSpace=wrap;html=1;" vertex="1" parent="34">
+                     <mxGeometry y="274" width="190" height="26" as="geometry"/>
+                 </mxCell>
+                 <mxCell id="35" value="" style="line;strokeWidth=1;fillColor=none;align=left;verticalAlign=middle;spacingTop=-1;spacingLeft=3;spacingRight=3;rotatable=0;labelPosition=right;points=[];portConstraint=eastwest;strokeColor=inherit;" vertex="1" parent="34">
+                     <mxGeometry y="300" width="190" height="8" as="geometry"/>
+                 </mxCell>
+                 <mxCell id="36" value="+ getId(): Integer" style="text;strokeColor=none;fillColor=none;align=left;verticalAlign=top;spacingLeft=4;spacingRight=4;overflow=hidden;rotatable=0;points=[[0,0.5],[1,0.5]];portConstraint=eastwest;whiteSpace=wrap;html=1;" vertex="1" parent="34">
+                     <mxGeometry y="308" width="190" height="26" as="geometry"/>
+                 </mxCell>
+                 <mxCell id="37" value="+ getNachname(): String" style="text;strokeColor=none;fillColor=none;align=left;verticalAlign=top;spacingLeft=4;spacingRight=4;overflow=hidden;rotatable=0;points=[[0,0.5],[1,0.5]];portConstraint=eastwest;whiteSpace=wrap;html=1;" vertex="1" parent="34">
+                     <mxGeometry y="334" width="190" height="26" as="geometry"/>
+                 </mxCell>
+                 <mxCell id="45" value="+ getEmail(): String" style="text;strokeColor=none;fillColor=none;align=left;verticalAlign=top;spacingLeft=4;spacingRight=4;overflow=hidden;rotatable=0;points=[[0,0.5],[1,0.5]];portConstraint=eastwest;whiteSpace=wrap;html=1;" vertex="1" parent="34">
+                     <mxGeometry y="360" width="190" height="26" as="geometry"/>
+                 </mxCell>
+                 <mxCell id="46" value="+ getPasswortHash(): String" style="text;strokeColor=none;fillColor=none;align=left;verticalAlign=top;spacingLeft=4;spacingRight=4;overflow=hidden;rotatable=0;points=[[0,0.5],[1,0.5]];portConstraint=eastwest;whiteSpace=wrap;html=1;" vertex="1" parent="34">
+                     <mxGeometry y="386" width="190" height="26" as="geometry"/>
+                 </mxCell>
+                 <mxCell id="47" value="+ getGeburtstag(): Date" style="text;strokeColor=none;fillColor=none;align=left;verticalAlign=top;spacingLeft=4;spacingRight=4;overflow=hidden;rotatable=0;points=[[0,0.5],[1,0.5]];portConstraint=eastwest;whiteSpace=wrap;html=1;" vertex="1" parent="34">
+                     <mxGeometry y="412" width="190" height="26" as="geometry"/>
+                 </mxCell>
+                 <mxCell id="48" value="+ getLand(): String" style="text;strokeColor=none;fillColor=none;align=left;verticalAlign=top;spacingLeft=4;spacingRight=4;overflow=hidden;rotatable=0;points=[[0,0.5],[1,0.5]];portConstraint=eastwest;whiteSpace=wrap;html=1;" vertex="1" parent="34">
+                     <mxGeometry y="438" width="190" height="26" as="geometry"/>
+                 </mxCell>
+                 <mxCell id="49" value="+ getAdresse(): String" style="text;strokeColor=none;fillColor=none;align=left;verticalAlign=top;spacingLeft=4;spacingRight=4;overflow=hidden;rotatable=0;points=[[0,0.5],[1,0.5]];portConstraint=eastwest;whiteSpace=wrap;html=1;" vertex="1" parent="34">
+                     <mxGeometry y="464" width="190" height="26" as="geometry"/>
+                 </mxCell>
+                 <mxCell id="50" value="+ getHausnummer(): String" style="text;strokeColor=none;fillColor=none;align=left;verticalAlign=top;spacingLeft=4;spacingRight=4;overflow=hidden;rotatable=0;points=[[0,0.5],[1,0.5]];portConstraint=eastwest;whiteSpace=wrap;html=1;" vertex="1" parent="34">
+                     <mxGeometry y="490" width="190" height="26" as="geometry"/>
+                 </mxCell>
+                 <mxCell id="52" value="+ getRolle(): String" style="text;strokeColor=none;fillColor=none;align=left;verticalAlign=top;spacingLeft=4;spacingRight=4;overflow=hidden;rotatable=0;points=[[0,0.5],[1,0.5]];portConstraint=eastwest;whiteSpace=wrap;html=1;" vertex="1" parent="34">
+                     <mxGeometry y="516" width="190" height="26" as="geometry"/>
+                 </mxCell>
+                 <mxCell id="53" value="+ setId(Integer):" style="text;strokeColor=none;fillColor=none;align=left;verticalAlign=top;spacingLeft=4;spacingRight=4;overflow=hidden;rotatable=0;points=[[0,0.5],[1,0.5]];portConstraint=eastwest;whiteSpace=wrap;html=1;" vertex="1" parent="34">
+                     <mxGeometry y="542" width="190" height="26" as="geometry"/>
+                 </mxCell>
+                 <mxCell id="54" value="+ setVorname(&lt;font color=&quot;#121212&quot;&gt;String&lt;/font&gt;):" style="text;strokeColor=none;fillColor=none;align=left;verticalAlign=top;spacingLeft=4;spacingRight=4;overflow=hidden;rotatable=0;points=[[0,0.5],[1,0.5]];portConstraint=eastwest;whiteSpace=wrap;html=1;" vertex="1" parent="34">
+                     <mxGeometry y="568" width="190" height="26" as="geometry"/>
+                 </mxCell>
+                 <mxCell id="51" value="+ setNachname(String):" style="text;strokeColor=none;fillColor=none;align=left;verticalAlign=top;spacingLeft=4;spacingRight=4;overflow=hidden;rotatable=0;points=[[0,0.5],[1,0.5]];portConstraint=eastwest;whiteSpace=wrap;html=1;" vertex="1" parent="34">
+                     <mxGeometry y="594" width="190" height="26" as="geometry"/>
+                 </mxCell>
+                 <mxCell id="55" value="+ setEmail(String):" style="text;strokeColor=none;fillColor=none;align=left;verticalAlign=top;spacingLeft=4;spacingRight=4;overflow=hidden;rotatable=0;points=[[0,0.5],[1,0.5]];portConstraint=eastwest;whiteSpace=wrap;html=1;" vertex="1" parent="34">
+                     <mxGeometry y="620" width="190" height="26" as="geometry"/>
+                 </mxCell>
+                 <mxCell id="56" value="+ setPasswortHash(String):" style="text;strokeColor=none;fillColor=none;align=left;verticalAlign=top;spacingLeft=4;spacingRight=4;overflow=hidden;rotatable=0;points=[[0,0.5],[1,0.5]];portConstraint=eastwest;whiteSpace=wrap;html=1;" vertex="1" parent="34">
+                     <mxGeometry y="646" width="190" height="26" as="geometry"/>
+                 </mxCell>
+                 <mxCell id="57" value="+ setGeburtstag(Date):" style="text;strokeColor=none;fillColor=none;align=left;verticalAlign=top;spacingLeft=4;spacingRight=4;overflow=hidden;rotatable=0;points=[[0,0.5],[1,0.5]];portConstraint=eastwest;whiteSpace=wrap;html=1;" vertex="1" parent="34">
+                     <mxGeometry y="672" width="190" height="26" as="geometry"/>
+                 </mxCell>
+                 <mxCell id="58" value="+ setRolle(Integer):" style="text;strokeColor=none;fillColor=none;align=left;verticalAlign=top;spacingLeft=4;spacingRight=4;overflow=hidden;rotatable=0;points=[[0,0.5],[1,0.5]];portConstraint=eastwest;whiteSpace=wrap;html=1;" vertex="1" parent="34">
+                     <mxGeometry y="698" width="190" height="26" as="geometry"/>
+                 </mxCell>
+                 <mxCell id="59" value="+ setLand(String):" style="text;strokeColor=none;fillColor=none;align=left;verticalAlign=top;spacingLeft=4;spacingRight=4;overflow=hidden;rotatable=0;points=[[0,0.5],[1,0.5]];portConstraint=eastwest;whiteSpace=wrap;html=1;" vertex="1" parent="34">
+                     <mxGeometry y="724" width="190" height="26" as="geometry"/>
+                 </mxCell>
+                 <mxCell id="60" value="+ setAdresse(String):" style="text;strokeColor=none;fillColor=none;align=left;verticalAlign=top;spacingLeft=4;spacingRight=4;overflow=hidden;rotatable=0;points=[[0,0.5],[1,0.5]];portConstraint=eastwest;whiteSpace=wrap;html=1;" vertex="1" parent="34">
+                     <mxGeometry y="750" width="190" height="26" as="geometry"/>
+                 </mxCell>
+                 <mxCell id="61" value="+ setHausnummer(String):" style="text;strokeColor=none;fillColor=none;align=left;verticalAlign=top;spacingLeft=4;spacingRight=4;overflow=hidden;rotatable=0;points=[[0,0.5],[1,0.5]];portConstraint=eastwest;whiteSpace=wrap;html=1;" vertex="1" parent="34">
+                     <mxGeometry y="776" width="190" height="26" as="geometry"/>
+                 </mxCell>
+                 <mxCell id="62" value="Weather" style="swimlane;fontStyle=1;align=center;verticalAlign=top;childLayout=stackLayout;horizontal=1;startSize=26;horizontalStack=0;resizeParent=1;resizeParentMax=0;resizeLast=0;collapsible=1;marginBottom=0;whiteSpace=wrap;html=1;" vertex="1" parent="1">
+                     <mxGeometry x="390" y="820" width="210" height="86" as="geometry"/>
+                 </mxCell>
+                 <mxCell id="63" value="+ field: type" style="text;strokeColor=none;fillColor=none;align=left;verticalAlign=top;spacingLeft=4;spacingRight=4;overflow=hidden;rotatable=0;points=[[0,0.5],[1,0.5]];portConstraint=eastwest;whiteSpace=wrap;html=1;" vertex="1" parent="62">
+                     <mxGeometry y="26" width="210" height="26" as="geometry"/>
+                 </mxCell>
+                 <mxCell id="64" value="" style="line;strokeWidth=1;fillColor=none;align=left;verticalAlign=middle;spacingTop=-1;spacingLeft=3;spacingRight=3;rotatable=0;labelPosition=right;points=[];portConstraint=eastwest;strokeColor=inherit;" vertex="1" parent="62">
+                     <mxGeometry y="52" width="210" height="8" as="geometry"/>
+                 </mxCell>
+                 <mxCell id="65" value="+ getWeatherJSON(): String" style="text;strokeColor=none;fillColor=none;align=left;verticalAlign=top;spacingLeft=4;spacingRight=4;overflow=hidden;rotatable=0;points=[[0,0.5],[1,0.5]];portConstraint=eastwest;whiteSpace=wrap;html=1;" vertex="1" parent="62">
+                     <mxGeometry y="60" width="210" height="26" as="geometry"/>
                </mxCell>
            </root>
        </mxGraphModel>
    </diagram>
</mxfile>